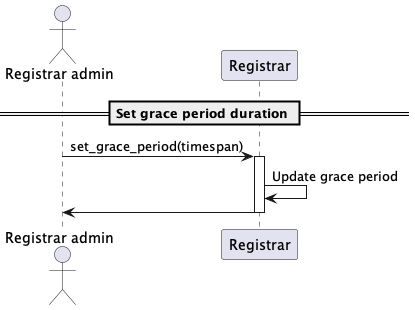
Earlier version of the PlantUML export docs/sequence-diagrams/puml/set-grace-period.png (make-software/cspr-name-contracts).
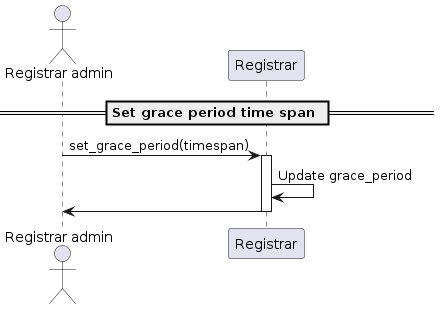
The same file after the commit.

The edit, as a diff of the source:
```diff
@@ -3,11 +3,11 @@
 actor "Registrar admin"
 participant "Registrar"
 
-== Set grace period duration ==
+== Set grace period time span ==
 
 "Registrar admin" -> "Registrar": set_grace_period(timespan)
 activate "Registrar"
-"Registrar" -> "Registrar": Update grace period
+"Registrar" -> "Registrar": Update grace_period
 "Registrar" -> "Registrar admin"
 deactivate "Registrar"
 
```
